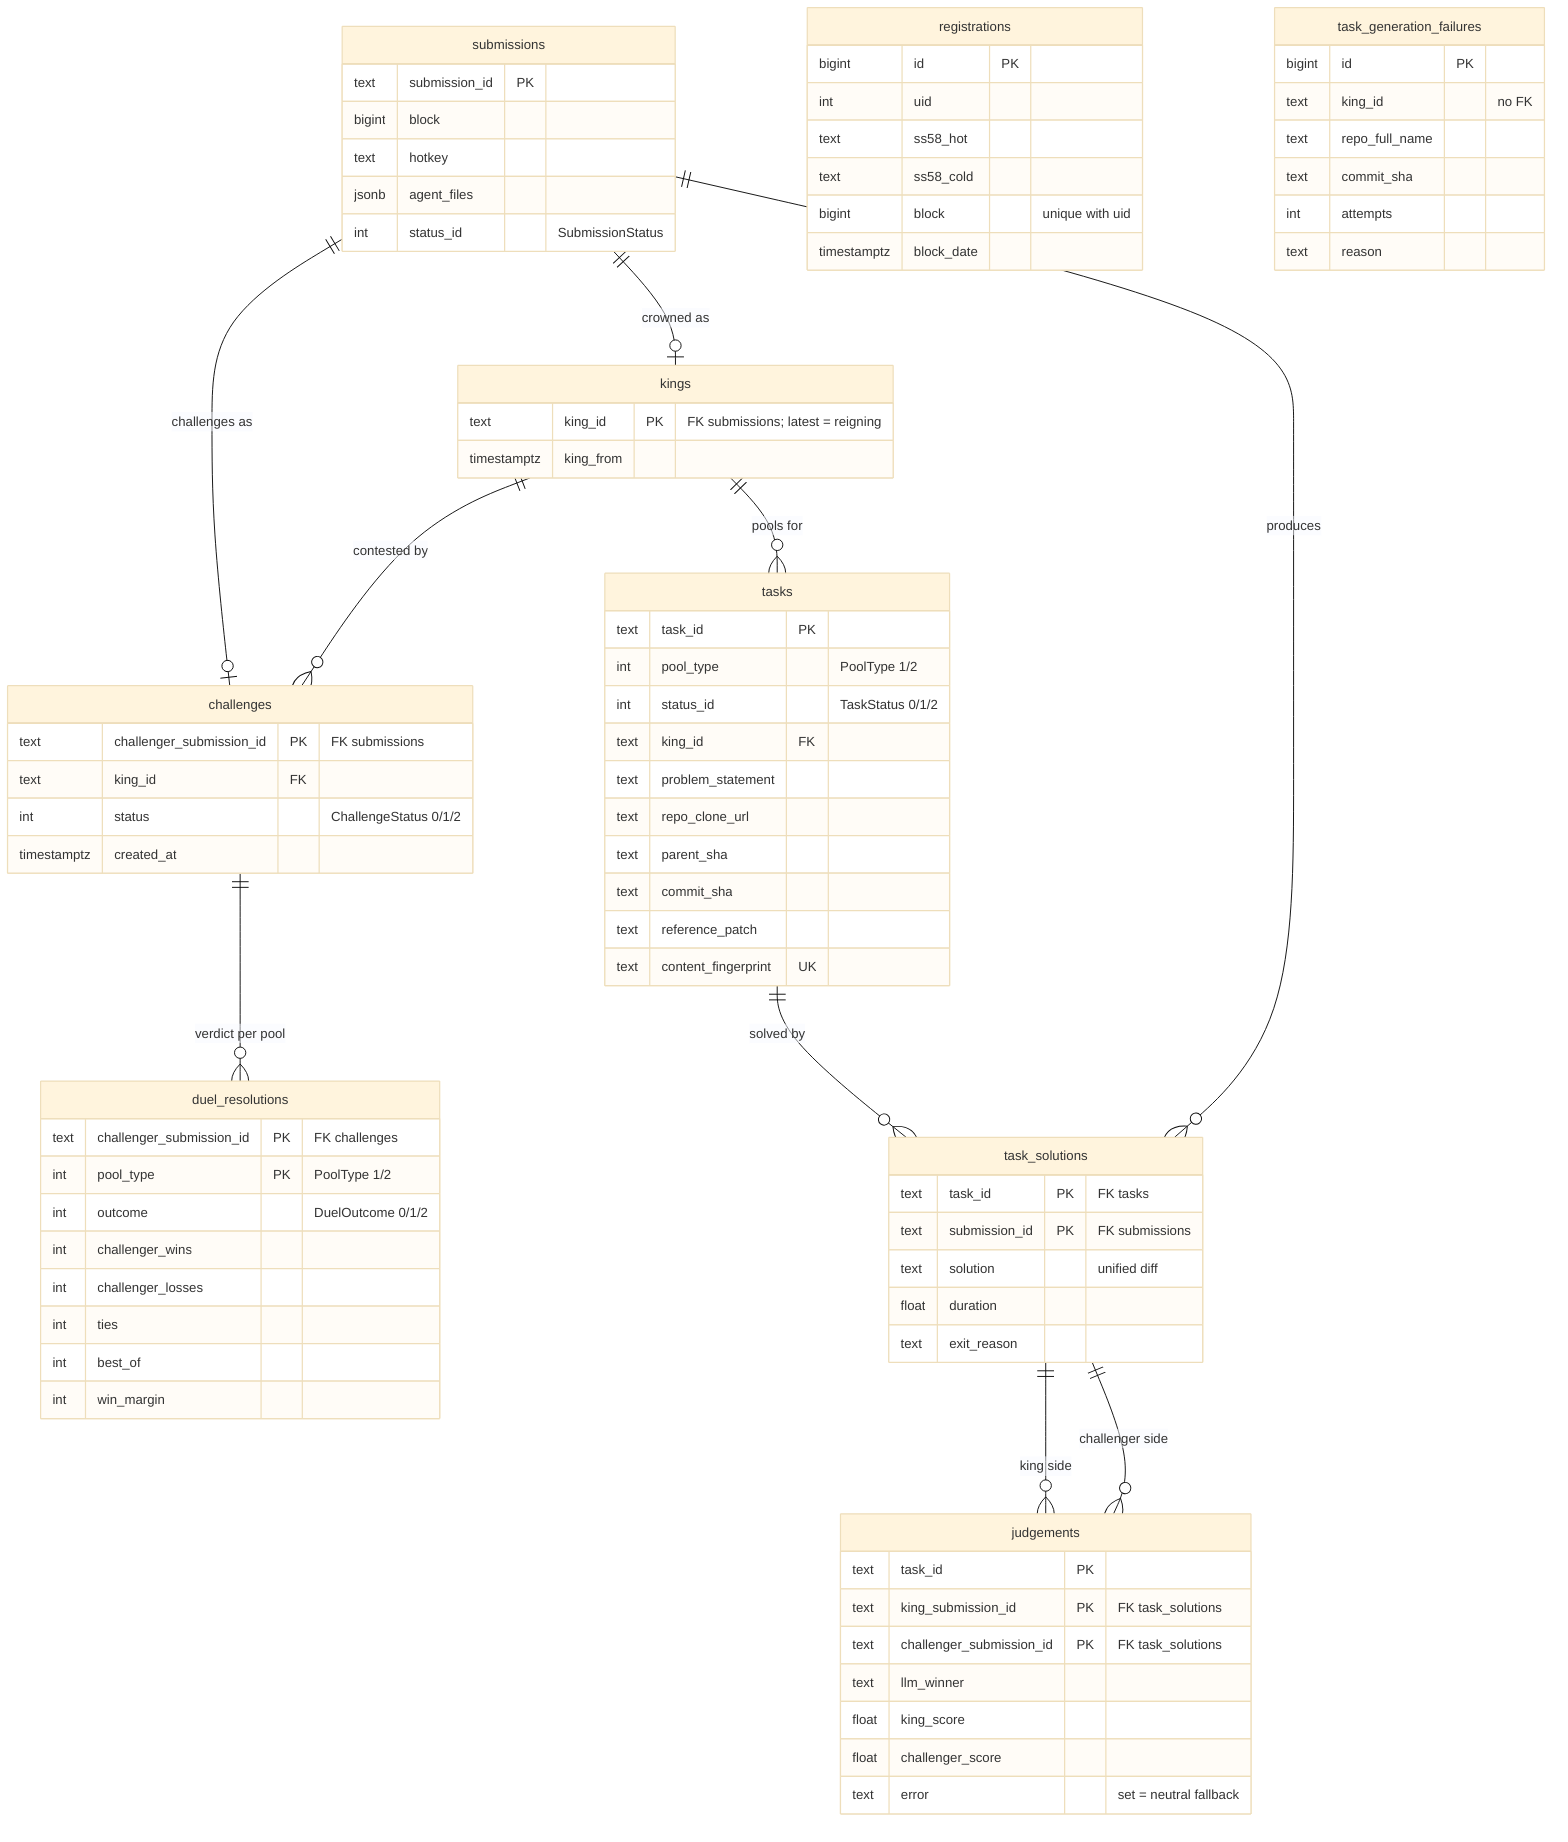
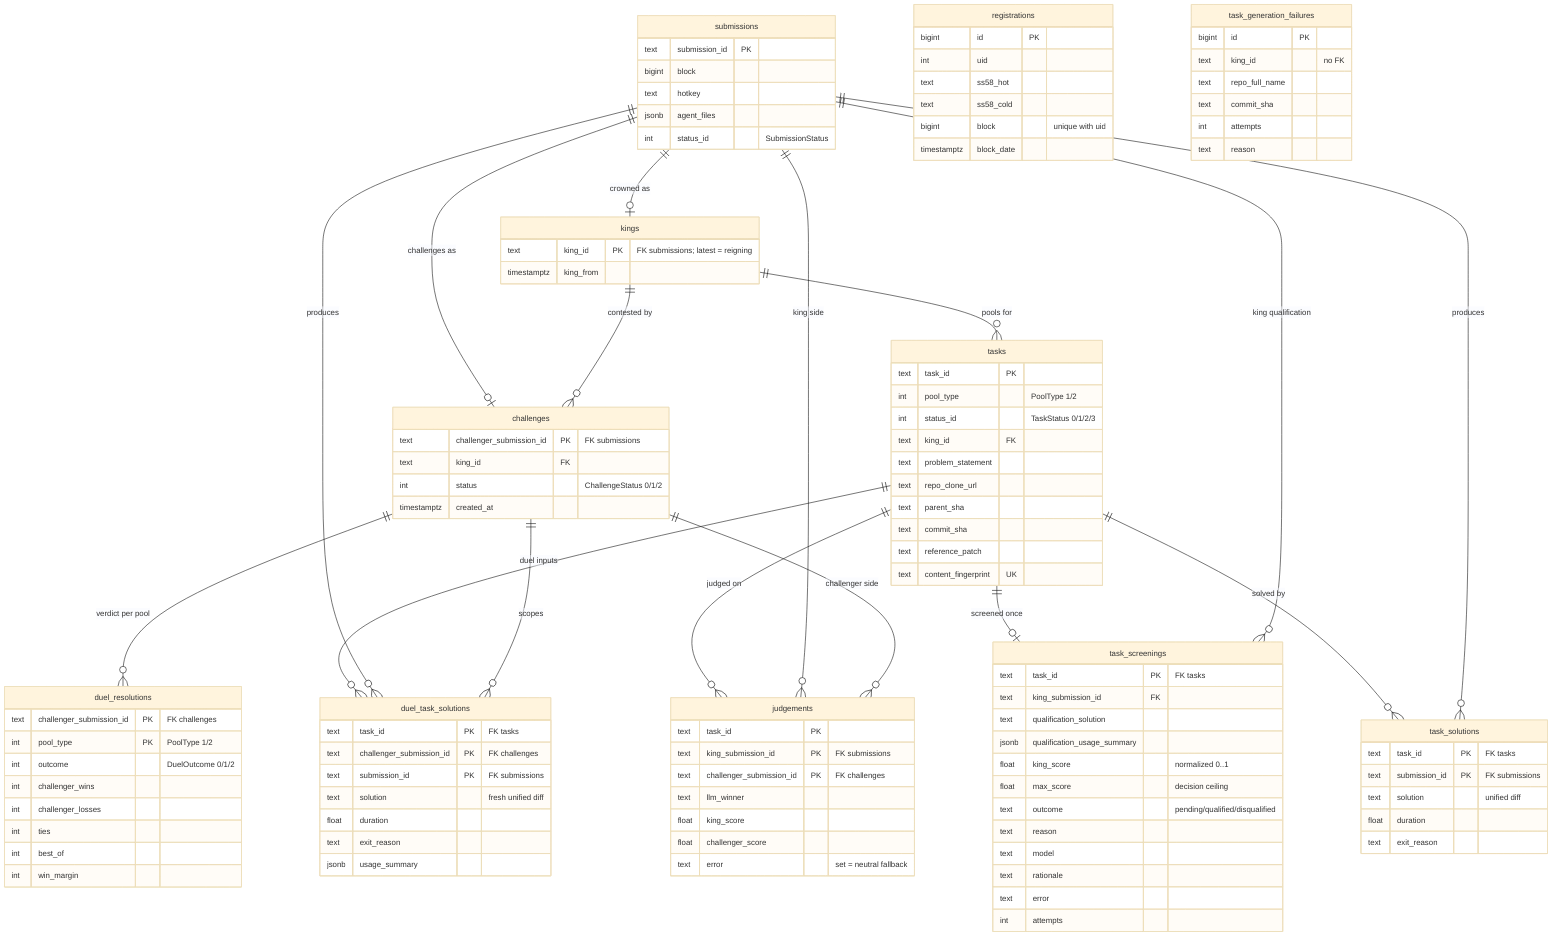
%%{init: {"theme": "base", "themeVariables": {"fontSize": "14px"}}}%%
erDiagram
    submissions ||--o| kings : "crowned as"
    submissions ||--o| challenges : "challenges as"
    kings ||--o{ challenges : "contested by"
    kings ||--o{ tasks : "pools for"
    challenges ||--o{ duel_resolutions : "verdict per pool"
+     tasks ||--o| task_screenings : "screened once"
+     submissions ||--o{ task_screenings : "king qualification"
    tasks ||--o{ task_solutions : "solved by"
    submissions ||--o{ task_solutions : "produces"
-     task_solutions ||--o{ judgements : "king side"
-     task_solutions ||--o{ judgements : "challenger side"
+     tasks ||--o{ duel_task_solutions : "duel inputs"
+     submissions ||--o{ duel_task_solutions : "produces"
+     challenges ||--o{ duel_task_solutions : "scopes"
+     tasks ||--o{ judgements : "judged on"
+     submissions ||--o{ judgements : "king side"
+     challenges ||--o{ judgements : "challenger side"

    submissions {
        text submission_id PK
        bigint block
        text hotkey
        jsonb agent_files
        int status_id "SubmissionStatus"
    }
    kings {
        text king_id PK "FK submissions; latest = reigning"
        timestamptz king_from
    }
    challenges {
        text challenger_submission_id PK "FK submissions"
        text king_id FK
        int status "ChallengeStatus 0/1/2"
        timestamptz created_at
    }
    duel_resolutions {
        text challenger_submission_id PK "FK challenges"
        int pool_type PK "PoolType 1/2"
        int outcome "DuelOutcome 0/1/2"
        int challenger_wins
        int challenger_losses
        int ties
        int best_of
        int win_margin
    }
    tasks {
        text task_id PK
        int pool_type "PoolType 1/2"
-         int status_id "TaskStatus 0/1/2"
+         int status_id "TaskStatus 0/1/2/3"
        text king_id FK
        text problem_statement
        text repo_clone_url
        text parent_sha
        text commit_sha
        text reference_patch
        text content_fingerprint UK
    }
+     task_screenings {
+         text task_id PK "FK tasks"
+         text king_submission_id FK
+         text qualification_solution
+         jsonb qualification_usage_summary
+         float king_score "normalized 0..1"
+         float max_score "decision ceiling"
+         text outcome "pending/qualified/disqualified"
+         text reason
+         text model
+         text rationale
+         text error
+         int attempts
+     }
    task_solutions {
        text task_id PK "FK tasks"
        text submission_id PK "FK submissions"
        text solution "unified diff"
        float duration
        text exit_reason
    }
+     duel_task_solutions {
+         text task_id PK "FK tasks"
+         text challenger_submission_id PK "FK challenges"
+         text submission_id PK "FK submissions"
+         text solution "fresh unified diff"
+         float duration
+         text exit_reason
+         jsonb usage_summary
+     }
    judgements {
        text task_id PK
-         text king_submission_id PK "FK task_solutions"
-         text challenger_submission_id PK "FK task_solutions"
+         text king_submission_id PK "FK submissions"
+         text challenger_submission_id PK "FK challenges"
        text llm_winner
        float king_score
        float challenger_score
        text error "set = neutral fallback"
    }
    registrations {
        bigint id PK
        int uid
        text ss58_hot
        text ss58_cold
        bigint block "unique with uid"
        timestamptz block_date
    }
    task_generation_failures {
        bigint id PK
        text king_id "no FK"
        text repo_full_name
        text commit_sha
        int attempts
        text reason
    }
